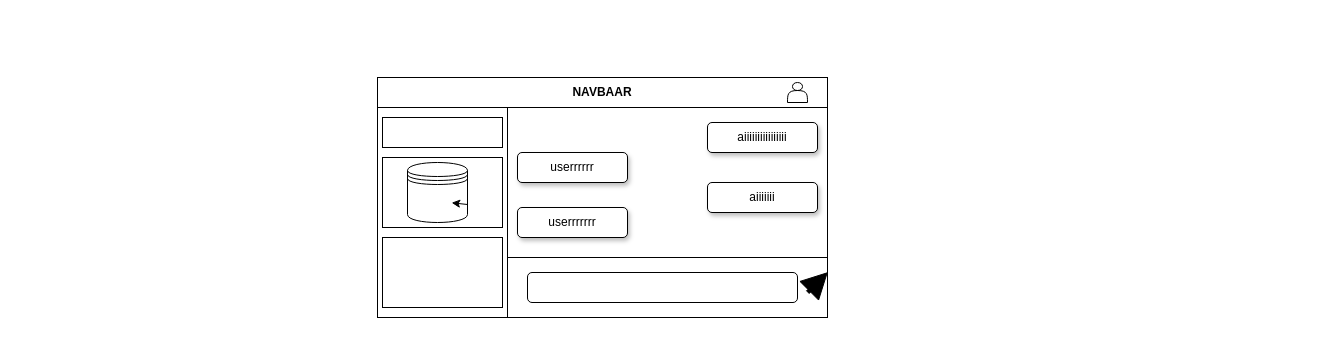
Before: .drawio in nishav07/Abusive-AI, a draw.io diagram. Source tidied: cells renumbered, new cells numbered last; positions are measured from the earlier drawing's top-left corner, leaving out a move shared by most shapes. Both pictures are drawn from the tidied source at 100%, with x=0, y=0 at pixel (377, 77).
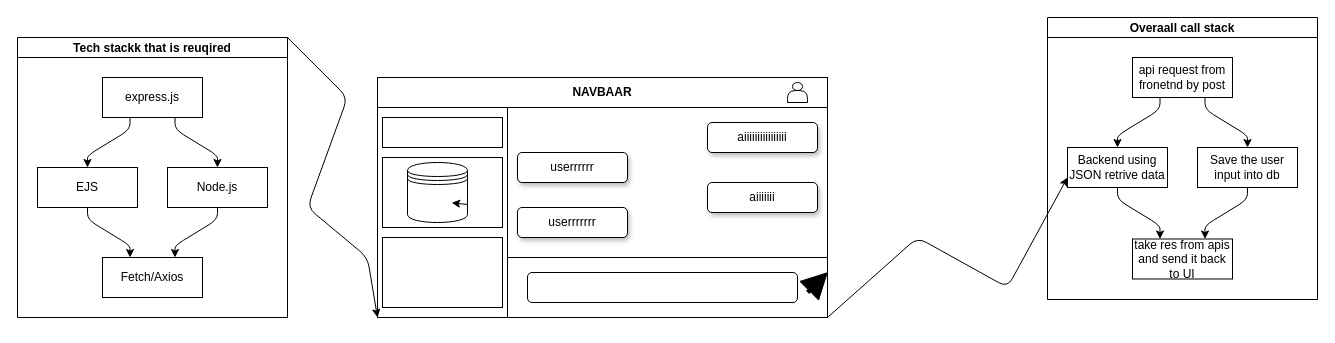
After the change.

The change refers to these unchanged cells:
```xml
<mxCell id="4" style="rounded=0;whiteSpace=wrap;html=1;" parent="1" vertex="1">
  <mxGeometry y="30" width="130" height="210" as="geometry" />
</mxCell>
<mxCell id="6" style="rounded=0;whiteSpace=wrap;html=1;" parent="1" vertex="1">
  <mxGeometry x="130" y="180" width="320" height="60" as="geometry" />
</mxCell>
```

The edit, as a diff of the source:
```diff
@@
-<mxGraphModel>
+<mxGraphModel background="#ffffff">
@@
+    <mxCell id="19" style="edgeStyle=none;html=1;exitX=1;exitY=1;exitDx=0;exitDy=0;entryX=0;entryY=0.75;entryDx=0;entryDy=0;" parent="1" edge="1" source="6" target="22">
+      <mxGeometry relative="1" as="geometry">
+        <Array as="points">
+          <mxPoint x="540" y="160" />
+          <mxPoint x="630" y="210" />
+        </Array>
+      </mxGeometry>
+    </mxCell>
@@
+    <mxCell id="20" value="Overaall call stack" style="swimlane;startSize=20;horizontal=1;flowOrientation=north;interRankCellSpacing=50;containerType=tree;fontSize=12;" parent="1" vertex="1">
+      <mxGeometry x="670" y="-60" width="270" height="282" as="geometry" />
+    </mxCell>
+    <mxCell id="21" value="api request from fronetnd by post" style="whiteSpace=wrap;html=1;" parent="20" vertex="1">
+      <mxGeometry x="85" y="40" width="100" height="40" as="geometry" />
+    </mxCell>
+    <mxCell id="22" value="Backend using JSON retrive data" style="whiteSpace=wrap;html=1;" parent="20" vertex="1">
+      <mxGeometry x="20" y="130" width="100" height="40" as="geometry" />
+    </mxCell>
+    <mxCell id="23" style="html=1;rounded=1;curved=0;sourcePerimeterSpacing=0;targetPerimeterSpacing=0;startSize=6;endSize=6;noEdgeStyle=1;orthogonal=1;" parent="20" edge="1" source="21" target="22">
+      <mxGeometry relative="1" as="geometry">
+        <Array as="points">
+          <mxPoint x="112.5" y="92" />
+          <mxPoint x="70" y="118" />
+        </Array>
+      </mxGeometry>
+    </mxCell>
+    <mxCell id="24" value="Save the user input into db" style="whiteSpace=wrap;html=1;" parent="20" vertex="1">
+      <mxGeometry x="150" y="130" width="100" height="40" as="geometry" />
+    </mxCell>
+    <mxCell id="25" style="html=1;rounded=1;curved=0;sourcePerimeterSpacing=0;targetPerimeterSpacing=0;startSize=6;endSize=6;noEdgeStyle=1;orthogonal=1;" parent="20" edge="1" source="21" target="24">
+      <mxGeometry relative="1" as="geometry">
+        <Array as="points">
+          <mxPoint x="157.5" y="92" />
+          <mxPoint x="200" y="118" />
+        </Array>
+      </mxGeometry>
+    </mxCell>
+    <mxCell id="26" value="take res from apis and send it back to UI" style="whiteSpace=wrap;html=1;" parent="20" vertex="1">
+      <mxGeometry x="85" y="221.5" width="100" height="40" as="geometry" />
+    </mxCell>
+    <mxCell id="27" style="html=1;rounded=1;curved=0;sourcePerimeterSpacing=0;targetPerimeterSpacing=0;startSize=6;endSize=6;noEdgeStyle=1;orthogonal=1;" parent="20" edge="1" source="22" target="26">
+      <mxGeometry relative="1" as="geometry">
+        <Array as="points">
+          <mxPoint x="70" y="182" />
+          <mxPoint x="112.5" y="208" />
+        </Array>
+      </mxGeometry>
+    </mxCell>
+    <mxCell id="28" style="html=1;rounded=1;curved=0;sourcePerimeterSpacing=0;targetPerimeterSpacing=0;startSize=6;endSize=6;noEdgeStyle=1;orthogonal=1;" parent="20" edge="1" source="24" target="26">
+      <mxGeometry relative="1" as="geometry">
+        <Array as="points">
+          <mxPoint x="200" y="182" />
+          <mxPoint x="157.5" y="208" />
+        </Array>
+      </mxGeometry>
+    </mxCell>
+    <mxCell id="29" style="edgeStyle=none;html=1;exitX=1;exitY=0;exitDx=0;exitDy=0;entryX=0;entryY=1;entryDx=0;entryDy=0;" parent="1" edge="1" source="30" target="4">
+      <mxGeometry relative="1" as="geometry">
+        <Array as="points">
+          <mxPoint x="-30" y="20" />
+          <mxPoint x="-70" y="130" />
+          <mxPoint x="-10" y="180" />
+        </Array>
+      </mxGeometry>
+    </mxCell>
+    <mxCell id="30" value="Tech stackk that is reuqired" style="swimlane;startSize=20;horizontal=1;flowOrientation=north;interRankCellSpacing=50;containerType=tree;fontSize=12;" parent="1" vertex="1">
+      <mxGeometry x="-360" y="-40" width="270" height="280" as="geometry" />
+    </mxCell>
+    <mxCell id="31" value="express.js" style="whiteSpace=wrap;html=1;" parent="30" vertex="1">
+      <mxGeometry x="85" y="40" width="100" height="40" as="geometry" />
+    </mxCell>
+    <mxCell id="32" value="Node.js" style="whiteSpace=wrap;html=1;" parent="30" vertex="1">
+      <mxGeometry x="150" y="130" width="100" height="40" as="geometry" />
+    </mxCell>
+    <mxCell id="33" style="html=1;rounded=1;curved=0;sourcePerimeterSpacing=0;targetPerimeterSpacing=0;startSize=6;endSize=6;noEdgeStyle=1;orthogonal=1;" parent="30" edge="1" source="31" target="32">
+      <mxGeometry relative="1" as="geometry">
+        <Array as="points">
+          <mxPoint x="157.5" y="92" />
+          <mxPoint x="200" y="118" />
+        </Array>
+      </mxGeometry>
+    </mxCell>
+    <mxCell id="34" value="EJS" style="whiteSpace=wrap;html=1;" parent="30" vertex="1">
+      <mxGeometry x="20" y="130" width="100" height="40" as="geometry" />
+    </mxCell>
+    <mxCell id="35" style="html=1;rounded=1;curved=0;sourcePerimeterSpacing=0;targetPerimeterSpacing=0;startSize=6;endSize=6;noEdgeStyle=1;orthogonal=1;" parent="30" edge="1" source="31" target="34">
+      <mxGeometry relative="1" as="geometry">
+        <Array as="points">
+          <mxPoint x="112.5" y="92" />
+          <mxPoint x="70" y="118" />
+        </Array>
+      </mxGeometry>
+    </mxCell>
+    <mxCell id="36" value="Fetch/Axios" style="whiteSpace=wrap;html=1;" parent="30" vertex="1">
+      <mxGeometry x="85" y="220" width="100" height="40" as="geometry" />
+    </mxCell>
+    <mxCell id="37" style="html=1;rounded=1;curved=0;sourcePerimeterSpacing=0;targetPerimeterSpacing=0;startSize=6;endSize=6;noEdgeStyle=1;orthogonal=1;" parent="30" edge="1" source="32" target="36">
+      <mxGeometry relative="1" as="geometry">
+        <Array as="points">
+          <mxPoint x="200" y="182" />
+          <mxPoint x="157.5" y="208" />
+        </Array>
+      </mxGeometry>
+    </mxCell>
+    <mxCell id="38" style="html=1;rounded=1;curved=0;sourcePerimeterSpacing=0;targetPerimeterSpacing=0;startSize=6;endSize=6;noEdgeStyle=1;orthogonal=1;" parent="30" edge="1" source="34" target="36">
+      <mxGeometry relative="1" as="geometry">
+        <Array as="points">
+          <mxPoint x="70" y="182" />
+          <mxPoint x="112.5" y="208" />
+        </Array>
+      </mxGeometry>
+    </mxCell>
```
